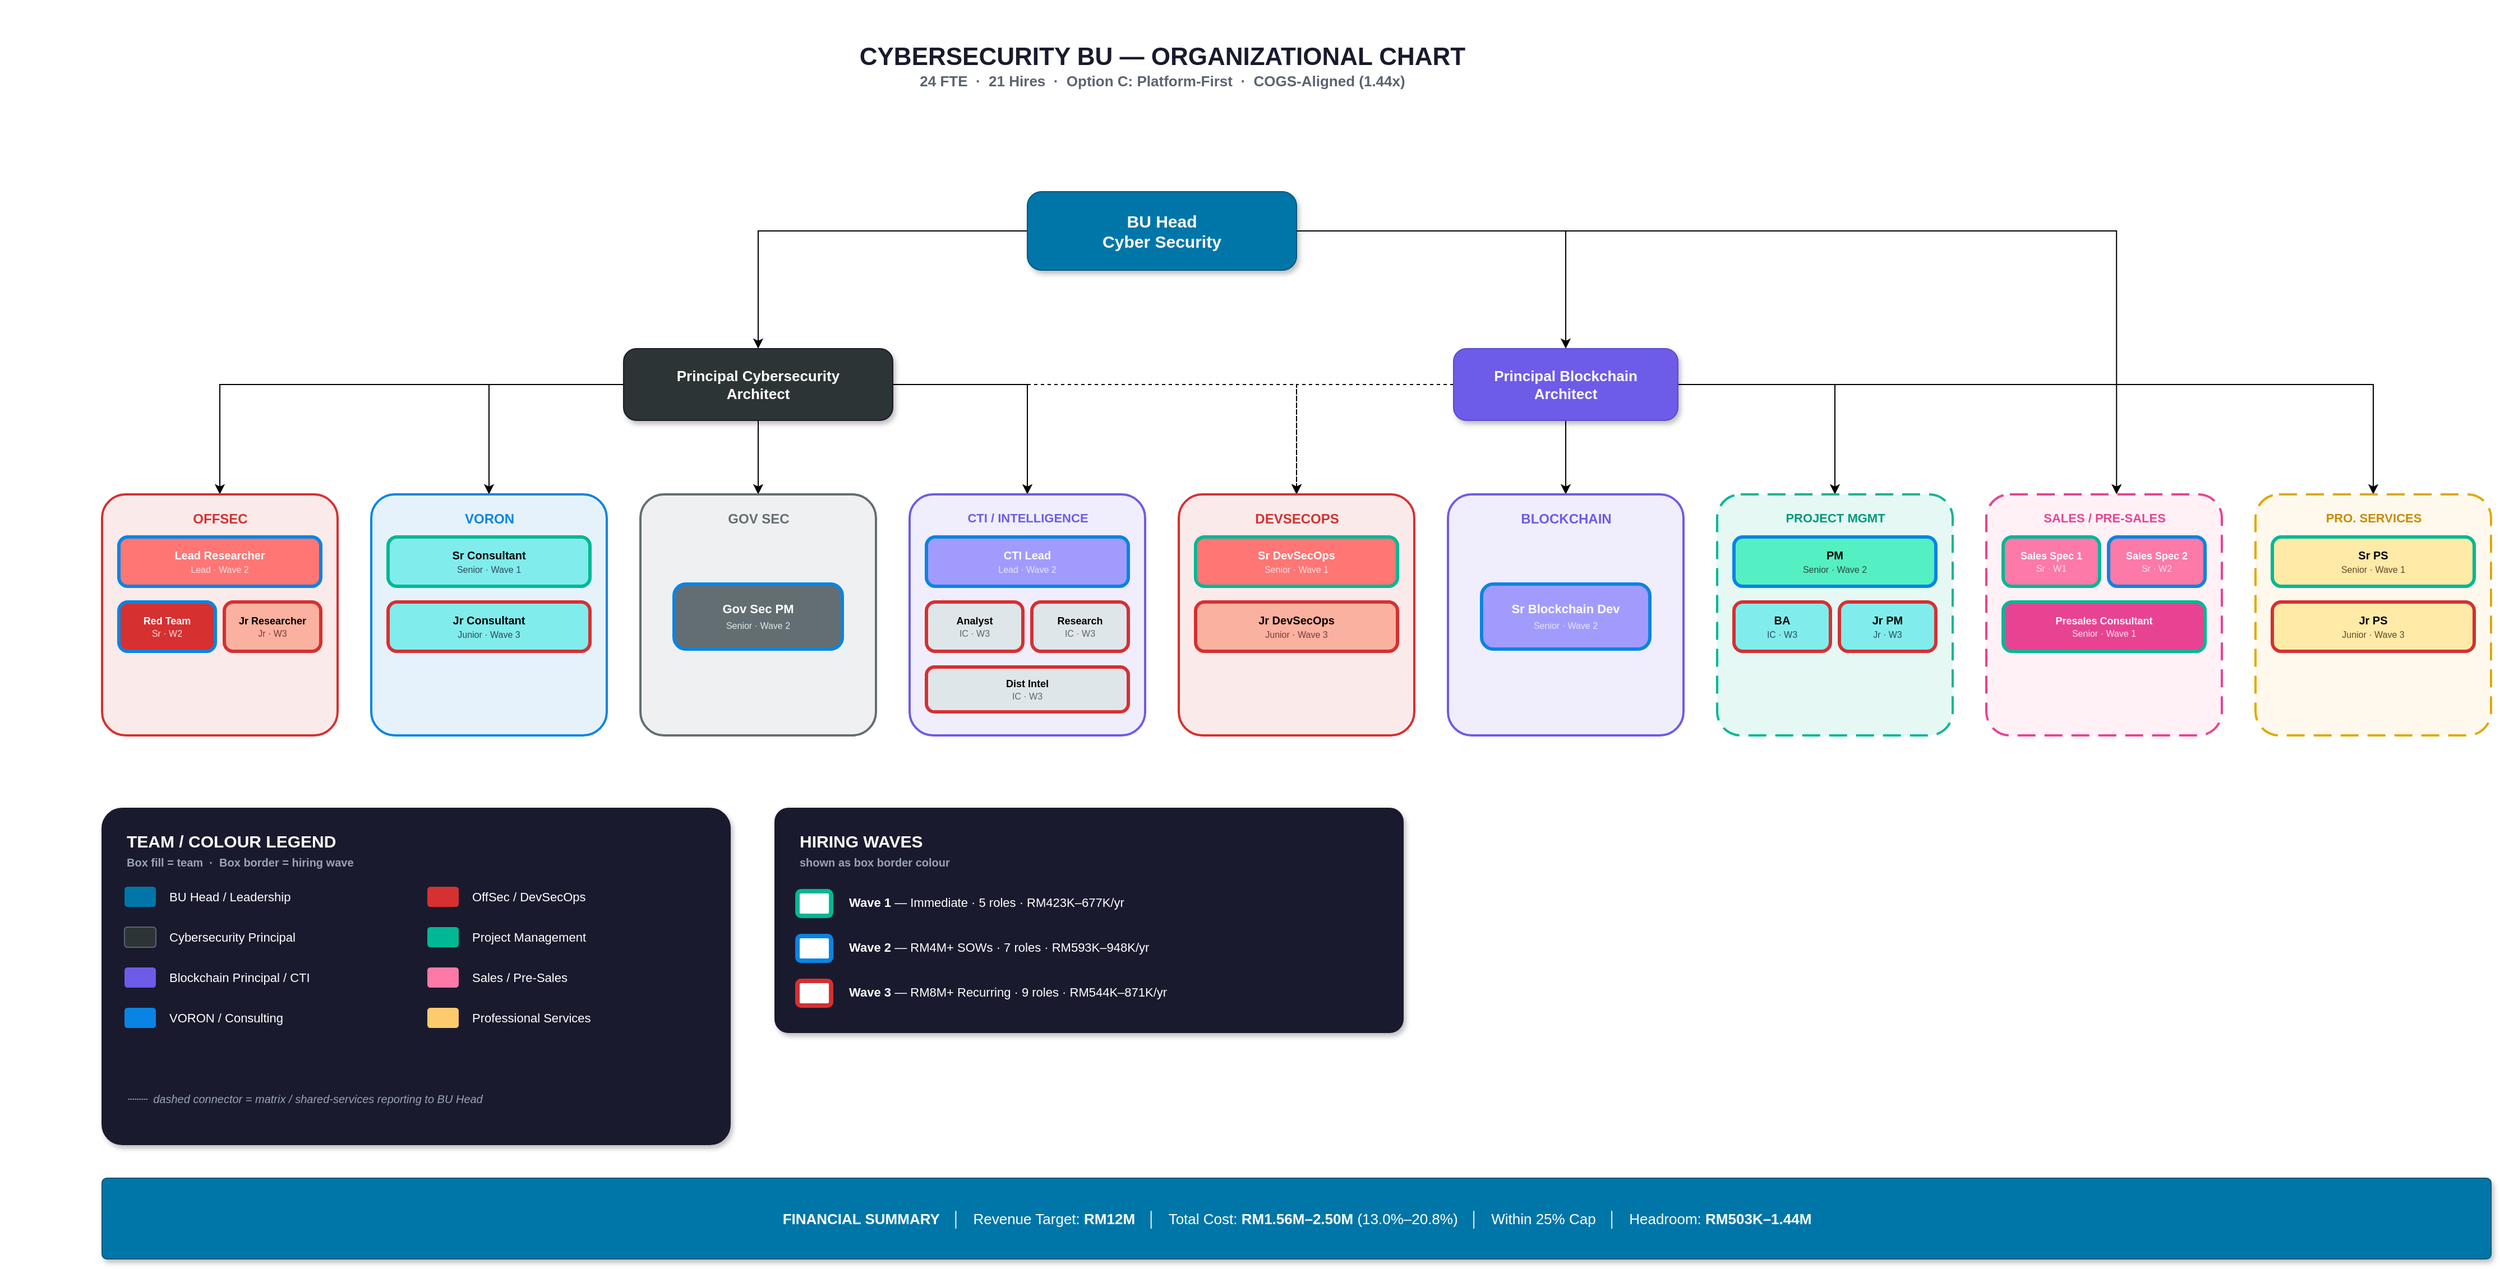
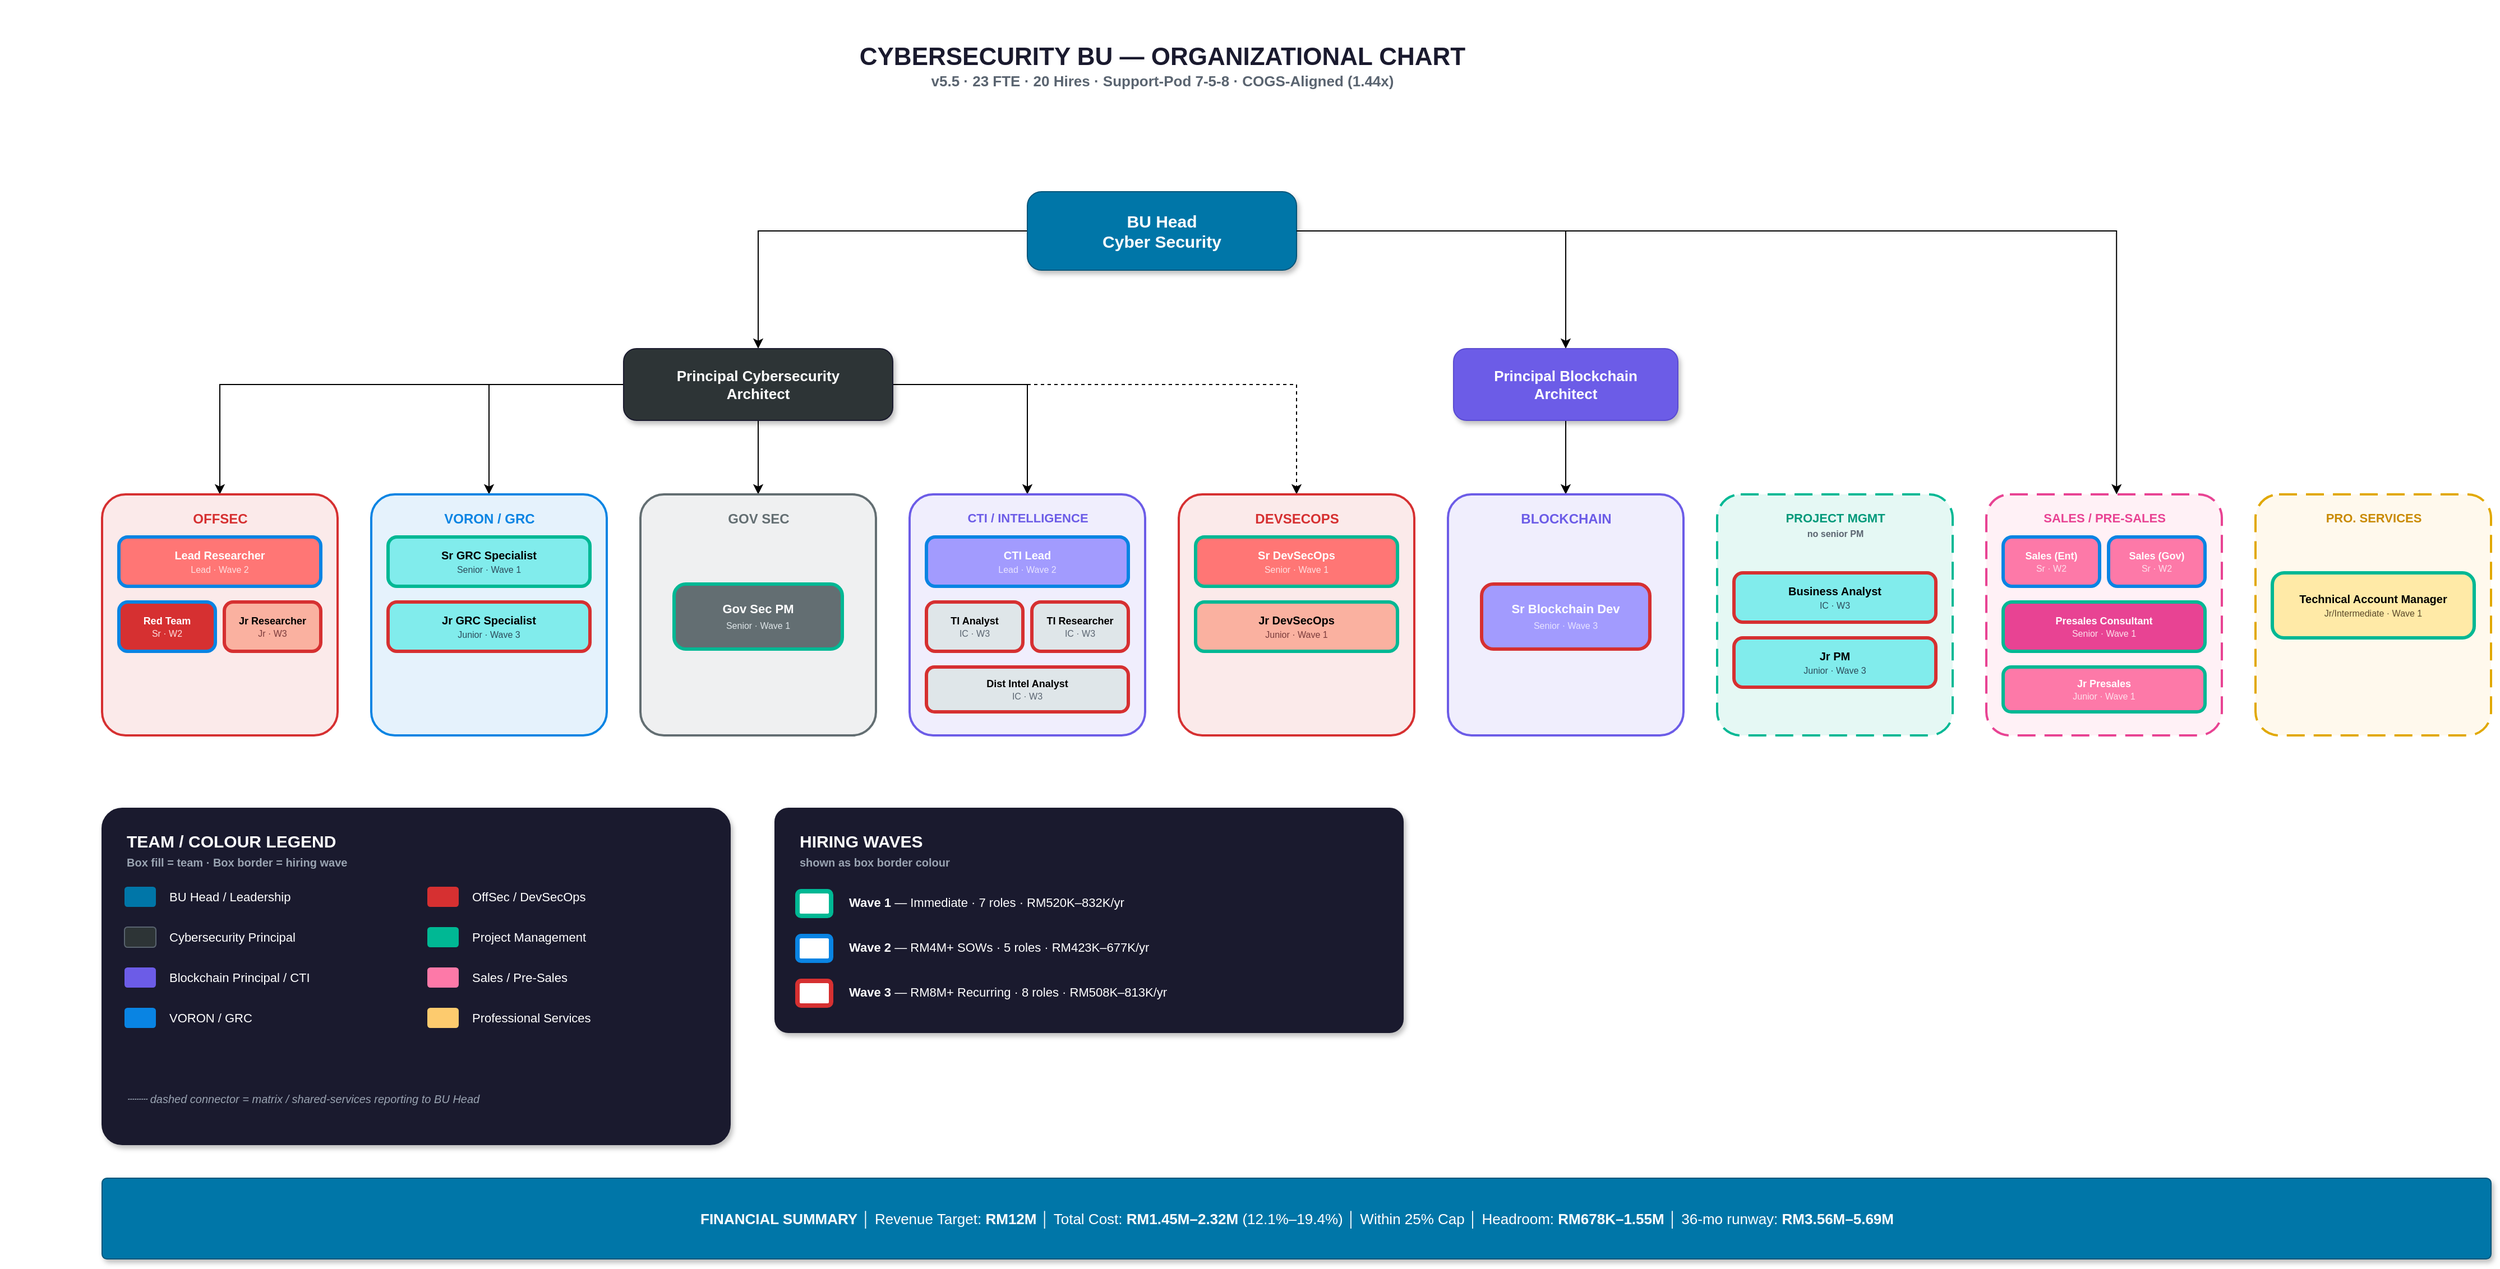
<mxfile host="app.diagrams.net" agent="5.0">
  <diagram id="CySec-BU-OrgChart" name="CySec BU Structure">
    <mxGraphModel dx="99905" dy="56303" grid="1" gridSize="10" guides="1" tooltips="1" connect="1" arrows="1" fold="1" page="1" pageScale="1" pageWidth="2350" pageHeight="1180" math="0" shadow="0">
      <root>
        <mxCell id="0" />
        <mxCell id="1" parent="0" />
-         <mxCell id="title" parent="1" style="text;html=1;align=center;verticalAlign=middle;resizable=0;points=[];strokeColor=none;fillColor=none;fontSize=14;fontStyle=1;fontColor=#1a1a2e;" value="&lt;b style=&quot;font-size:22px;&quot;&gt;CYBERSECURITY BU — ORGANIZATIONAL CHART&lt;/b&gt;&lt;br&gt;&lt;font style=&quot;font-size:13px;color:#5a6470;&quot;&gt;24 FTE  ·  21 Hires  ·  Option C: Platform-First  ·  COGS-Aligned (1.44x)&lt;/font&gt;" vertex="1">
+         <mxCell id="title" parent="1" style="text;html=1;align=center;verticalAlign=middle;resizable=0;points=[];strokeColor=none;fillColor=none;fontSize=14;fontStyle=1;fontColor=#1a1a2e;" value="&lt;b style=&quot;font-size:22px;&quot;&gt;CYBERSECURITY BU — ORGANIZATIONAL CHART&lt;/b&gt;&lt;br&gt;&lt;font style=&quot;font-size:13px;color:#5a6470;&quot;&gt;v5.5  ·  23 FTE  ·  20 Hires  ·  Support-Pod 7-5-8  ·  COGS-Aligned (1.44x)&lt;/font&gt;" vertex="1">
          <mxGeometry height="56" width="650" x="700" y="20" as="geometry" />
        </mxCell>
        <mxCell id="Z_cIRzkNHb6JCueCwrIl-6" edge="1" parent="1" source="bu_head" style="edgeStyle=orthogonalEdgeStyle;rounded=0;orthogonalLoop=1;jettySize=auto;html=1;" target="prin_cyber">
          <mxGeometry relative="1" as="geometry" />
        </mxCell>
        <mxCell id="Z_cIRzkNHb6JCueCwrIl-7" edge="1" parent="1" source="bu_head" style="edgeStyle=orthogonalEdgeStyle;rounded=0;orthogonalLoop=1;jettySize=auto;html=1;entryX=0.5;entryY=0;entryDx=0;entryDy=0;" target="prin_blockchain">
          <mxGeometry relative="1" as="geometry" />
        </mxCell>
        <mxCell id="bu_head" parent="1" style="rounded=1;whiteSpace=wrap;html=1;fillColor=#0076a8;fontColor=#ffffff;strokeColor=#00557a;fontSize=15;fontStyle=1;arcSize=18;shadow=1;" value="&lt;b&gt;BU Head&lt;/b&gt;&lt;br&gt;Cyber Security" vertex="1">
          <mxGeometry height="70" width="240" x="905" y="160" as="geometry" />
        </mxCell>
        <mxCell id="Z_cIRzkNHb6JCueCwrIl-3" edge="1" parent="1" source="prin_cyber" style="edgeStyle=orthogonalEdgeStyle;rounded=0;orthogonalLoop=1;jettySize=auto;html=1;exitX=0.5;exitY=1;exitDx=0;exitDy=0;entryX=0.5;entryY=0;entryDx=0;entryDy=0;" target="govsec_box">
          <mxGeometry relative="1" as="geometry" />
        </mxCell>
        <mxCell id="Z_cIRzkNHb6JCueCwrIl-4" edge="1" parent="1" source="prin_cyber" style="edgeStyle=orthogonalEdgeStyle;rounded=0;orthogonalLoop=1;jettySize=auto;html=1;entryX=0.5;entryY=0;entryDx=0;entryDy=0;dashed=1;" target="devsecops_box">
          <mxGeometry relative="1" as="geometry" />
        </mxCell>
        <mxCell id="Z_cIRzkNHb6JCueCwrIl-8" edge="1" parent="1" source="prin_cyber" style="edgeStyle=orthogonalEdgeStyle;rounded=0;orthogonalLoop=1;jettySize=auto;html=1;entryX=0.5;entryY=0;entryDx=0;entryDy=0;" target="cti_box">
          <mxGeometry relative="1" as="geometry" />
        </mxCell>
        <mxCell id="Z_cIRzkNHb6JCueCwrIl-9" edge="1" parent="1" source="prin_cyber" style="edgeStyle=orthogonalEdgeStyle;rounded=0;orthogonalLoop=1;jettySize=auto;html=1;entryX=0.5;entryY=0;entryDx=0;entryDy=0;" target="offsec_box">
          <mxGeometry relative="1" as="geometry" />
        </mxCell>
        <mxCell id="Z_cIRzkNHb6JCueCwrIl-10" edge="1" parent="1" source="prin_cyber" style="edgeStyle=orthogonalEdgeStyle;rounded=0;orthogonalLoop=1;jettySize=auto;html=1;entryX=0.5;entryY=0;entryDx=0;entryDy=0;" target="voron_box">
          <mxGeometry relative="1" as="geometry" />
        </mxCell>
        <mxCell id="prin_cyber" parent="1" style="rounded=1;whiteSpace=wrap;html=1;fillColor=#2d3436;fontColor=#ffffff;strokeColor=#1a1a2e;fontSize=13;fontStyle=1;arcSize=18;shadow=1;" value="&lt;b&gt;Principal Cybersecurity&lt;/b&gt;&lt;br&gt;Architect" vertex="1">
          <mxGeometry height="64" width="240" x="545" y="300" as="geometry" />
        </mxCell>
-         <mxCell id="Z_cIRzkNHb6JCueCwrIl-5" edge="1" parent="1" source="prin_blockchain" style="edgeStyle=orthogonalEdgeStyle;rounded=0;orthogonalLoop=1;jettySize=auto;html=1;entryX=0.5;entryY=0;entryDx=0;entryDy=0;dashed=1;" target="devsecops_box">
-           <mxGeometry relative="1" as="geometry" />
-         </mxCell>
        <mxCell id="Z_cIRzkNHb6JCueCwrIl-11" edge="1" parent="1" source="prin_blockchain" style="edgeStyle=orthogonalEdgeStyle;rounded=0;orthogonalLoop=1;jettySize=auto;html=1;entryX=0.5;entryY=0;entryDx=0;entryDy=0;" target="blockchain_box">
-           <mxGeometry relative="1" as="geometry" />
-         </mxCell>
-         <mxCell id="Z_cIRzkNHb6JCueCwrIl-12" edge="1" parent="1" source="prin_blockchain" style="edgeStyle=orthogonalEdgeStyle;rounded=0;orthogonalLoop=1;jettySize=auto;html=1;entryX=0.5;entryY=0;entryDx=0;entryDy=0;" target="pm_team_box">
-           <mxGeometry relative="1" as="geometry" />
-         </mxCell>
-         <mxCell id="Z_cIRzkNHb6JCueCwrIl-13" edge="1" parent="1" source="prin_blockchain" style="edgeStyle=orthogonalEdgeStyle;rounded=0;orthogonalLoop=1;jettySize=auto;html=1;entryX=0.5;entryY=0;entryDx=0;entryDy=0;" target="ps_team_box">
          <mxGeometry relative="1" as="geometry" />
        </mxCell>
        <mxCell id="prin_blockchain" parent="1" style="rounded=1;whiteSpace=wrap;html=1;fillColor=#6c5ce7;fontColor=#ffffff;strokeColor=#5a4bd1;fontSize=13;fontStyle=1;arcSize=18;shadow=1;" value="&lt;b&gt;Principal Blockchain&lt;/b&gt;&lt;br&gt;Architect" vertex="1">
          <mxGeometry height="64" width="200" x="1285" y="300" as="geometry" />
        </mxCell>
        <mxCell id="line_bu_prin1" edge="1" parent="1" source="bu_head" style="edgeStyle=orthogonalEdgeStyle;rounded=1;html=1;exitX=0.5;exitY=1;entryX=0.5;entryY=0;strokeColor=#0076a8;strokeWidth=2.5;endArrow=block;endFill=1;endSize=8;" target="prin_cyber" />
        <mxCell id="line_bu_prin2" edge="1" parent="1" source="bu_head" style="edgeStyle=orthogonalEdgeStyle;rounded=1;html=1;exitX=0.5;exitY=1;entryX=0.5;entryY=0;strokeColor=#0076a8;strokeWidth=2.5;endArrow=block;endFill=1;endSize=8;" target="prin_blockchain" />
        <mxCell id="offsec_box" parent="1" style="rounded=1;whiteSpace=wrap;html=1;fillColor=#d63031;fillOpacity=10;strokeColor=#d63031;strokeWidth=2;arcSize=10;" value="" vertex="1">
          <mxGeometry height="215" width="210" x="80" y="430" as="geometry" />
        </mxCell>
        <mxCell id="offsec_label" parent="1" style="text;html=1;align=center;verticalAlign=top;resizable=0;points=[];strokeColor=none;fillColor=none;fontSize=12;fontStyle=1;fontColor=#d63031;" value="&lt;b&gt;OFFSEC&lt;/b&gt;" vertex="1">
          <mxGeometry height="20" width="190" x="90" y="438" as="geometry" />
        </mxCell>
        <mxCell id="lead_researcher" parent="1" style="rounded=1;whiteSpace=wrap;html=1;fillColor=#ff7675;fontColor=#ffffff;strokeColor=#0984e3;strokeWidth=3;fontSize=10;arcSize=18;" value="&lt;b&gt;Lead Researcher&lt;/b&gt;&lt;br&gt;&lt;font style=&quot;font-size:8px;color:#fde0e0;&quot;&gt;Lead · Wave 2&lt;/font&gt;" vertex="1">
          <mxGeometry height="44" width="180" x="95" y="468" as="geometry" />
        </mxCell>
        <mxCell id="red_team" parent="1" style="rounded=1;whiteSpace=wrap;html=1;fillColor=#d63031;fontColor=#ffffff;strokeColor=#0984e3;strokeWidth=3;fontSize=9;arcSize=18;" value="&lt;b&gt;Red Team&lt;/b&gt;&lt;br&gt;&lt;font style=&quot;font-size:8px;color:#fde0e0;&quot;&gt;Sr · W2&lt;/font&gt;" vertex="1">
          <mxGeometry height="44" width="86" x="95" y="526" as="geometry" />
        </mxCell>
        <mxCell id="jr_researcher" parent="1" style="rounded=1;whiteSpace=wrap;html=1;fillColor=#fab1a0;fontColor=#000000;strokeColor=#d63031;strokeWidth=3;fontSize=9;arcSize=18;" value="&lt;b&gt;Jr Researcher&lt;/b&gt;&lt;br&gt;&lt;font style=&quot;font-size:8px;color:#7a3b3b;&quot;&gt;Jr · W3&lt;/font&gt;" vertex="1">
          <mxGeometry height="44" width="86" x="189" y="526" as="geometry" />
        </mxCell>
        <mxCell id="line_lr_rt" edge="1" parent="1" source="lead_researcher" style="edgeStyle=orthogonalEdgeStyle;rounded=1;html=1;exitX=0.5;exitY=1;entryX=0.5;entryY=0;strokeColor=#d63031;strokeWidth=1.5;endArrow=none;" target="red_team" />
        <mxCell id="line_lr_jr" edge="1" parent="1" source="lead_researcher" style="edgeStyle=orthogonalEdgeStyle;rounded=1;html=1;exitX=0.5;exitY=1;entryX=0.5;entryY=0;strokeColor=#d63031;strokeWidth=1.5;endArrow=none;" target="jr_researcher" />
        <mxCell id="voron_box" parent="1" style="rounded=1;whiteSpace=wrap;html=1;fillColor=#0984e3;fillOpacity=10;strokeColor=#0984e3;strokeWidth=2;arcSize=10;" value="" vertex="1">
          <mxGeometry height="215" width="210" x="320" y="430" as="geometry" />
        </mxCell>
-         <mxCell id="voron_label" parent="1" style="text;html=1;align=center;verticalAlign=top;resizable=0;points=[];strokeColor=none;fillColor=none;fontSize=12;fontStyle=1;fontColor=#0984e3;" value="&lt;b&gt;VORON&lt;/b&gt;" vertex="1">
+         <mxCell id="voron_label" parent="1" style="text;html=1;align=center;verticalAlign=top;resizable=0;points=[];strokeColor=none;fillColor=none;fontSize=12;fontStyle=1;fontColor=#0984e3;" value="&lt;b&gt;VORON / GRC&lt;/b&gt;" vertex="1">
          <mxGeometry height="20" width="190" x="330" y="438" as="geometry" />
        </mxCell>
-         <mxCell id="sr_consult" parent="1" style="rounded=1;whiteSpace=wrap;html=1;fillColor=#81ecec;fontColor=#000000;strokeColor=#00b894;strokeWidth=3;fontSize=10;arcSize=18;" value="&lt;b&gt;Sr Consultant&lt;/b&gt;&lt;br&gt;&lt;font style=&quot;font-size:8px;color:#2c4a5a;&quot;&gt;Senior · Wave 1&lt;/font&gt;" vertex="1">
+         <mxCell id="sr_consult" parent="1" style="rounded=1;whiteSpace=wrap;html=1;fillColor=#81ecec;fontColor=#000000;strokeColor=#00b894;strokeWidth=3;fontSize=10;arcSize=18;" value="&lt;b&gt;Sr GRC Specialist&lt;/b&gt;&lt;br&gt;&lt;font style=&quot;font-size:8px;color:#2c4a5a;&quot;&gt;Senior · Wave 1&lt;/font&gt;" vertex="1">
          <mxGeometry height="44" width="180" x="335" y="468" as="geometry" />
        </mxCell>
-         <mxCell id="jr_consult" parent="1" style="rounded=1;whiteSpace=wrap;html=1;fillColor=#81ecec;fontColor=#000000;strokeColor=#d63031;strokeWidth=3;fontSize=10;arcSize=18;" value="&lt;b&gt;Jr Consultant&lt;/b&gt;&lt;br&gt;&lt;font style=&quot;font-size:8px;color:#2c4a5a;&quot;&gt;Junior · Wave 3&lt;/font&gt;" vertex="1">
+         <mxCell id="jr_consult" parent="1" style="rounded=1;whiteSpace=wrap;html=1;fillColor=#81ecec;fontColor=#000000;strokeColor=#d63031;strokeWidth=3;fontSize=10;arcSize=18;" value="&lt;b&gt;Jr GRC Specialist&lt;/b&gt;&lt;br&gt;&lt;font style=&quot;font-size:8px;color:#2c4a5a;&quot;&gt;Junior · Wave 3&lt;/font&gt;" vertex="1">
          <mxGeometry height="44" width="180" x="335" y="526" as="geometry" />
        </mxCell>
        <mxCell id="line_src_jrc" edge="1" parent="1" source="sr_consult" style="edgeStyle=orthogonalEdgeStyle;rounded=1;html=1;exitX=0.5;exitY=1;entryX=0.5;entryY=0;strokeColor=#0984e3;strokeWidth=1.5;endArrow=none;" target="jr_consult" />
        <mxCell id="govsec_box" parent="1" style="rounded=1;whiteSpace=wrap;html=1;fillColor=#636e72;fillOpacity=10;strokeColor=#636e72;strokeWidth=2;arcSize=10;" value="" vertex="1">
          <mxGeometry height="215" width="210" x="560" y="430" as="geometry" />
        </mxCell>
        <mxCell id="govsec_label" parent="1" style="text;html=1;align=center;verticalAlign=top;resizable=0;points=[];strokeColor=none;fillColor=none;fontSize=12;fontStyle=1;fontColor=#636e72;" value="&lt;b&gt;GOV SEC&lt;/b&gt;" vertex="1">
          <mxGeometry height="20" width="190" x="570" y="438" as="geometry" />
        </mxCell>
-         <mxCell id="govsec_pm" parent="1" style="rounded=1;whiteSpace=wrap;html=1;fillColor=#636e72;fontColor=#ffffff;strokeColor=#0984e3;strokeWidth=3;fontSize=11;arcSize=18;" value="&lt;b&gt;Gov Sec PM&lt;/b&gt;&lt;br&gt;&lt;font style=&quot;font-size:8px;color:#dfe6e9;&quot;&gt;Senior · Wave 2&lt;/font&gt;" vertex="1">
+         <mxCell id="govsec_pm" parent="1" style="rounded=1;whiteSpace=wrap;html=1;fillColor=#636e72;fontColor=#ffffff;strokeColor=#00b894;strokeWidth=3;fontSize=11;arcSize=18;" value="&lt;b&gt;Gov Sec PM&lt;/b&gt;&lt;br&gt;&lt;font style=&quot;font-size:8px;color:#dfe6e9;&quot;&gt;Senior · Wave 1&lt;/font&gt;" vertex="1">
          <mxGeometry height="58" width="150" x="590" y="510" as="geometry" />
        </mxCell>
        <mxCell id="cti_box" parent="1" style="rounded=1;whiteSpace=wrap;html=1;fillColor=#6c5ce7;fillOpacity=10;strokeColor=#6c5ce7;strokeWidth=2;arcSize=10;" value="" vertex="1">
          <mxGeometry height="215" width="210" x="800" y="430" as="geometry" />
        </mxCell>
        <mxCell id="cti_label" parent="1" style="text;html=1;align=center;verticalAlign=top;resizable=0;points=[];strokeColor=none;fillColor=none;fontSize=11;fontStyle=1;fontColor=#6c5ce7;" value="&lt;b&gt;CTI / INTELLIGENCE&lt;/b&gt;" vertex="1">
          <mxGeometry height="20" width="200" x="805" y="438" as="geometry" />
        </mxCell>
        <mxCell id="cti_lead" parent="1" style="rounded=1;whiteSpace=wrap;html=1;fillColor=#a29bfe;fontColor=#ffffff;strokeColor=#0984e3;strokeWidth=3;fontSize=10;arcSize=18;" value="&lt;b&gt;CTI Lead&lt;/b&gt;&lt;br&gt;&lt;font style=&quot;font-size:8px;color:#e8e4ff;&quot;&gt;Lead · Wave 2&lt;/font&gt;" vertex="1">
          <mxGeometry height="44" width="180" x="815" y="468" as="geometry" />
        </mxCell>
-         <mxCell id="cti_analyst" parent="1" style="rounded=1;whiteSpace=wrap;html=1;fillColor=#dfe6e9;fontColor=#000000;strokeColor=#d63031;strokeWidth=3;fontSize=9;arcSize=18;" value="&lt;b&gt;Analyst&lt;/b&gt;&lt;br&gt;&lt;font style=&quot;font-size:8px;color:#5a6470;&quot;&gt;IC · W3&lt;/font&gt;" vertex="1">
+         <mxCell id="cti_analyst" parent="1" style="rounded=1;whiteSpace=wrap;html=1;fillColor=#dfe6e9;fontColor=#000000;strokeColor=#d63031;strokeWidth=3;fontSize=9;arcSize=18;" value="&lt;b&gt;TI Analyst&lt;/b&gt;&lt;br&gt;&lt;font style=&quot;font-size:8px;color:#5a6470;&quot;&gt;IC · W3&lt;/font&gt;" vertex="1">
          <mxGeometry height="44" width="86" x="815" y="526" as="geometry" />
        </mxCell>
-         <mxCell id="cti_research" parent="1" style="rounded=1;whiteSpace=wrap;html=1;fillColor=#dfe6e9;fontColor=#000000;strokeColor=#d63031;strokeWidth=3;fontSize=9;arcSize=18;" value="&lt;b&gt;Research&lt;/b&gt;&lt;br&gt;&lt;font style=&quot;font-size:8px;color:#5a6470;&quot;&gt;IC · W3&lt;/font&gt;" vertex="1">
+         <mxCell id="cti_research" parent="1" style="rounded=1;whiteSpace=wrap;html=1;fillColor=#dfe6e9;fontColor=#000000;strokeColor=#d63031;strokeWidth=3;fontSize=9;arcSize=18;" value="&lt;b&gt;TI Researcher&lt;/b&gt;&lt;br&gt;&lt;font style=&quot;font-size:8px;color:#5a6470;&quot;&gt;IC · W3&lt;/font&gt;" vertex="1">
          <mxGeometry height="44" width="86" x="909" y="526" as="geometry" />
        </mxCell>
-         <mxCell id="cti_dist_intel" parent="1" style="rounded=1;whiteSpace=wrap;html=1;fillColor=#dfe6e9;fontColor=#000000;strokeColor=#d63031;strokeWidth=3;fontSize=9;arcSize=18;" value="&lt;b&gt;Dist Intel&lt;/b&gt;&lt;br&gt;&lt;font style=&quot;font-size:8px;color:#5a6470;&quot;&gt;IC · W3&lt;/font&gt;" vertex="1">
+         <mxCell id="cti_dist_intel" parent="1" style="rounded=1;whiteSpace=wrap;html=1;fillColor=#dfe6e9;fontColor=#000000;strokeColor=#d63031;strokeWidth=3;fontSize=9;arcSize=18;" value="&lt;b&gt;Dist Intel Analyst&lt;/b&gt;&lt;br&gt;&lt;font style=&quot;font-size:8px;color:#5a6470;&quot;&gt;IC · W3&lt;/font&gt;" vertex="1">
          <mxGeometry height="40" width="180" x="815" y="584" as="geometry" />
        </mxCell>
        <mxCell id="line_ctil_an" edge="1" parent="1" source="cti_lead" style="edgeStyle=orthogonalEdgeStyle;rounded=1;html=1;exitX=0.5;exitY=1;entryX=0.5;entryY=0;strokeColor=#6c5ce7;strokeWidth=1.5;endArrow=none;" target="cti_analyst" />
        <mxCell id="line_ctil_re" edge="1" parent="1" source="cti_lead" style="edgeStyle=orthogonalEdgeStyle;rounded=1;html=1;exitX=0.5;exitY=1;entryX=0.5;entryY=0;strokeColor=#6c5ce7;strokeWidth=1.5;endArrow=none;" target="cti_research" />
        <mxCell id="line_ctil_di" edge="1" parent="1" source="cti_lead" style="edgeStyle=orthogonalEdgeStyle;rounded=1;html=1;exitX=0.5;exitY=1;entryX=0.25;entryY=0;strokeColor=#6c5ce7;strokeWidth=1.5;endArrow=none;" target="cti_dist_intel" />
        <mxCell id="devsecops_box" parent="1" style="rounded=1;whiteSpace=wrap;html=1;fillColor=#d63031;fillOpacity=10;strokeColor=#d63031;strokeWidth=2;arcSize=10;" value="" vertex="1">
          <mxGeometry height="215" width="210" x="1040" y="430" as="geometry" />
        </mxCell>
        <mxCell id="devsecops_label" parent="1" style="text;html=1;align=center;verticalAlign=top;resizable=0;points=[];strokeColor=none;fillColor=none;fontSize=12;fontStyle=1;fontColor=#d63031;" value="&lt;b&gt;DEVSECOPS&lt;/b&gt;" vertex="1">
          <mxGeometry height="20" width="190" x="1050" y="438" as="geometry" />
        </mxCell>
        <mxCell id="devsecops_sr" parent="1" style="rounded=1;whiteSpace=wrap;html=1;fillColor=#ff7675;fontColor=#ffffff;strokeColor=#00b894;strokeWidth=3;fontSize=10;arcSize=18;" value="&lt;b&gt;Sr DevSecOps&lt;/b&gt;&lt;br&gt;&lt;font style=&quot;font-size:8px;color:#fde0e0;&quot;&gt;Senior · Wave 1&lt;/font&gt;" vertex="1">
          <mxGeometry height="44" width="180" x="1055" y="468" as="geometry" />
        </mxCell>
-         <mxCell id="devsecops_jr" parent="1" style="rounded=1;whiteSpace=wrap;html=1;fillColor=#fab1a0;fontColor=#000000;strokeColor=#d63031;strokeWidth=3;fontSize=10;arcSize=18;" value="&lt;b&gt;Jr DevSecOps&lt;/b&gt;&lt;br&gt;&lt;font style=&quot;font-size:8px;color:#7a3b3b;&quot;&gt;Junior · Wave 3&lt;/font&gt;" vertex="1">
+         <mxCell id="devsecops_jr" parent="1" style="rounded=1;whiteSpace=wrap;html=1;fillColor=#fab1a0;fontColor=#000000;strokeColor=#00b894;strokeWidth=3;fontSize=10;arcSize=18;" value="&lt;b&gt;Jr DevSecOps&lt;/b&gt;&lt;br&gt;&lt;font style=&quot;font-size:8px;color:#7a3b3b;&quot;&gt;Junior · Wave 1&lt;/font&gt;" vertex="1">
          <mxGeometry height="44" width="180" x="1055" y="526" as="geometry" />
        </mxCell>
-         <mxCell id="line_dso_sr_jr" edge="1" parent="1" source="devsecops_sr" style="edgeStyle=orthogonalEdgeStyle;rounded=1;html=1;exitX=0.5;exitY=1;entryX=0.5;entryY=0;strokeColor=#d63031;strokeWidth=1.5;endArrow=none;" target="devsecops_jr" />
+         <mxCell id="line_dso_sr_jr" edge="1" parent="1" source="devsecops_sr" style="edgeStyle=orthogonalEdgeStyle;rounded=1;html=1;exitX=0.5;exitY=1;entryX=0.5;entryY=0;strokeColor=#00b894;strokeWidth=1.5;endArrow=none;" target="devsecops_jr" />
        <mxCell id="blockchain_box" parent="1" style="rounded=1;whiteSpace=wrap;html=1;fillColor=#6c5ce7;fillOpacity=10;strokeColor=#6c5ce7;strokeWidth=2;arcSize=10;" value="" vertex="1">
          <mxGeometry height="215" width="210" x="1280" y="430" as="geometry" />
        </mxCell>
        <mxCell id="blockchain_label" parent="1" style="text;html=1;align=center;verticalAlign=top;resizable=0;points=[];strokeColor=none;fillColor=none;fontSize=12;fontStyle=1;fontColor=#6c5ce7;" value="&lt;b&gt;BLOCKCHAIN&lt;/b&gt;" vertex="1">
          <mxGeometry height="20" width="190" x="1290" y="438" as="geometry" />
        </mxCell>
-         <mxCell id="sr_dev" parent="1" style="rounded=1;whiteSpace=wrap;html=1;fillColor=#a29bfe;fontColor=#ffffff;strokeColor=#0984e3;strokeWidth=3;fontSize=11;arcSize=18;" value="&lt;b&gt;Sr Blockchain Dev&lt;/b&gt;&lt;br&gt;&lt;font style=&quot;font-size:8px;color:#e8e4ff;&quot;&gt;Senior · Wave 2&lt;/font&gt;" vertex="1">
+         <mxCell id="sr_dev" parent="1" style="rounded=1;whiteSpace=wrap;html=1;fillColor=#a29bfe;fontColor=#ffffff;strokeColor=#d63031;strokeWidth=3;fontSize=11;arcSize=18;" value="&lt;b&gt;Sr Blockchain Dev&lt;/b&gt;&lt;br&gt;&lt;font style=&quot;font-size:8px;color:#e8e4ff;&quot;&gt;Senior · Wave 3&lt;/font&gt;" vertex="1">
          <mxGeometry height="58" width="150" x="1310" y="510" as="geometry" />
        </mxCell>
        <mxCell id="pm_team_box" parent="1" style="rounded=1;whiteSpace=wrap;html=1;fillColor=#00b894;fillOpacity=10;strokeColor=#00b894;strokeWidth=2;arcSize=10;dashed=1;dashPattern=8 4;" value="" vertex="1">
          <mxGeometry height="215" width="210" x="1520" y="430" as="geometry" />
        </mxCell>
-         <mxCell id="pm_team_label" parent="1" style="text;html=1;align=center;verticalAlign=top;resizable=0;points=[];strokeColor=none;fillColor=none;fontSize=11;fontStyle=1;fontColor=#00997a;" value="&lt;b&gt;PROJECT MGMT&lt;/b&gt;" vertex="1">
-           <mxGeometry height="20" width="200" x="1525" y="438" as="geometry" />
-         </mxCell>
-         <mxCell id="pm" parent="1" style="rounded=1;whiteSpace=wrap;html=1;fillColor=#55efc4;fontColor=#000000;strokeColor=#0984e3;strokeWidth=3;fontSize=10;arcSize=18;" value="&lt;b&gt;PM&lt;/b&gt;&lt;br&gt;&lt;font style=&quot;font-size:8px;color:#2c4a3a;&quot;&gt;Senior · Wave 2&lt;/font&gt;" vertex="1">
-           <mxGeometry height="44" width="180" x="1535" y="468" as="geometry" />
-         </mxCell>
-         <mxCell id="ba" parent="1" style="rounded=1;whiteSpace=wrap;html=1;fillColor=#81ecec;fontColor=#000000;strokeColor=#d63031;strokeWidth=3;fontSize=10;arcSize=18;" value="&lt;b&gt;BA&lt;/b&gt;&lt;br&gt;&lt;font style=&quot;font-size:8px;color:#2c4a5a;&quot;&gt;IC · W3&lt;/font&gt;" vertex="1">
-           <mxGeometry height="44" width="86" x="1535" y="526" as="geometry" />
-         </mxCell>
-         <mxCell id="jr_pm" parent="1" style="rounded=1;whiteSpace=wrap;html=1;fillColor=#81ecec;fontColor=#000000;strokeColor=#d63031;strokeWidth=3;fontSize=10;arcSize=18;" value="&lt;b&gt;Jr PM&lt;/b&gt;&lt;br&gt;&lt;font style=&quot;font-size:8px;color:#2c4a5a;&quot;&gt;Jr · W3&lt;/font&gt;" vertex="1">
-           <mxGeometry height="44" width="86" x="1629" y="526" as="geometry" />
-         </mxCell>
-         <mxCell id="line_pm_ba" edge="1" parent="1" source="pm" style="edgeStyle=orthogonalEdgeStyle;rounded=1;html=1;exitX=0.5;exitY=1;entryX=0.5;entryY=0;strokeColor=#00b894;strokeWidth=1.5;endArrow=none;" target="ba" />
-         <mxCell id="line_pm_jrpm" edge="1" parent="1" source="pm" style="edgeStyle=orthogonalEdgeStyle;rounded=1;html=1;exitX=0.5;exitY=1;entryX=0.5;entryY=0;strokeColor=#00b894;strokeWidth=1.5;endArrow=none;" target="jr_pm" />
+         <mxCell id="pm_team_label" parent="1" style="text;html=1;align=center;verticalAlign=top;resizable=0;points=[];strokeColor=none;fillColor=none;fontSize=11;fontStyle=1;fontColor=#00997a;" value="&lt;b&gt;PROJECT MGMT&lt;/b&gt;&lt;br&gt;&lt;font style=&quot;font-size:8px;color:#5a6470;&quot;&gt;no senior PM&lt;/font&gt;" vertex="1">
+           <mxGeometry height="30" width="200" x="1525" y="438" as="geometry" />
+         </mxCell>
+         <mxCell id="ba" parent="1" style="rounded=1;whiteSpace=wrap;html=1;fillColor=#81ecec;fontColor=#000000;strokeColor=#d63031;strokeWidth=3;fontSize=10;arcSize=18;" value="&lt;b&gt;Business Analyst&lt;/b&gt;&lt;br&gt;&lt;font style=&quot;font-size:8px;color:#2c4a5a;&quot;&gt;IC · W3&lt;/font&gt;" vertex="1">
+           <mxGeometry height="44" width="180" x="1535" y="500" as="geometry" />
+         </mxCell>
+         <mxCell id="jr_pm" parent="1" style="rounded=1;whiteSpace=wrap;html=1;fillColor=#81ecec;fontColor=#000000;strokeColor=#d63031;strokeWidth=3;fontSize=10;arcSize=18;" value="&lt;b&gt;Jr PM&lt;/b&gt;&lt;br&gt;&lt;font style=&quot;font-size:8px;color:#2c4a5a;&quot;&gt;Junior · Wave 3&lt;/font&gt;" vertex="1">
+           <mxGeometry height="44" width="180" x="1535" y="558" as="geometry" />
+         </mxCell>
        <mxCell id="sales_box" parent="1" style="rounded=1;whiteSpace=wrap;html=1;fillColor=#fd79a8;fillOpacity=10;strokeColor=#e84393;strokeWidth=2;arcSize=10;dashed=1;dashPattern=8 4;" value="" vertex="1">
          <mxGeometry height="215" width="210" x="1760" y="430" as="geometry" />
        </mxCell>
        <mxCell id="sales_label" parent="1" style="text;html=1;align=center;verticalAlign=top;resizable=0;points=[];strokeColor=none;fillColor=none;fontSize=11;fontStyle=1;fontColor=#e84393;" value="&lt;b&gt;SALES / PRE-SALES&lt;/b&gt;" vertex="1">
          <mxGeometry height="20" width="200" x="1765" y="438" as="geometry" />
        </mxCell>
-         <mxCell id="sales_spec1" parent="1" style="rounded=1;whiteSpace=wrap;html=1;fillColor=#fd79a8;fontColor=#ffffff;strokeColor=#00b894;strokeWidth=3;fontSize=9;arcSize=18;" value="&lt;b&gt;Sales Spec 1&lt;/b&gt;&lt;br&gt;&lt;font style=&quot;font-size:8px;color:#fde0ec;&quot;&gt;Sr · W1&lt;/font&gt;" vertex="1">
+         <mxCell id="sales_spec1" parent="1" style="rounded=1;whiteSpace=wrap;html=1;fillColor=#fd79a8;fontColor=#ffffff;strokeColor=#0984e3;strokeWidth=3;fontSize=9;arcSize=18;" value="&lt;b&gt;Sales (Ent)&lt;/b&gt;&lt;br&gt;&lt;font style=&quot;font-size:8px;color:#fde0ec;&quot;&gt;Sr · W2&lt;/font&gt;" vertex="1">
          <mxGeometry height="44" width="86" x="1775" y="468" as="geometry" />
        </mxCell>
-         <mxCell id="sales_spec2" parent="1" style="rounded=1;whiteSpace=wrap;html=1;fillColor=#fd79a8;fontColor=#ffffff;strokeColor=#0984e3;strokeWidth=3;fontSize=9;arcSize=18;" value="&lt;b&gt;Sales Spec 2&lt;/b&gt;&lt;br&gt;&lt;font style=&quot;font-size:8px;color:#fde0ec;&quot;&gt;Sr · W2&lt;/font&gt;" vertex="1">
+         <mxCell id="sales_spec2" parent="1" style="rounded=1;whiteSpace=wrap;html=1;fillColor=#fd79a8;fontColor=#ffffff;strokeColor=#0984e3;strokeWidth=3;fontSize=9;arcSize=18;" value="&lt;b&gt;Sales (Gov)&lt;/b&gt;&lt;br&gt;&lt;font style=&quot;font-size:8px;color:#fde0ec;&quot;&gt;Sr · W2&lt;/font&gt;" vertex="1">
          <mxGeometry height="44" width="86" x="1869" y="468" as="geometry" />
        </mxCell>
        <mxCell id="presales_consult" parent="1" style="rounded=1;whiteSpace=wrap;html=1;fillColor=#e84393;fontColor=#ffffff;strokeColor=#00b894;strokeWidth=3;fontSize=9;arcSize=18;" value="&lt;b&gt;Presales Consultant&lt;/b&gt;&lt;br&gt;&lt;font style=&quot;font-size:8px;color:#fde0ec;&quot;&gt;Senior · Wave 1&lt;/font&gt;" vertex="1">
          <mxGeometry height="44" width="180" x="1775" y="526" as="geometry" />
        </mxCell>
+         <mxCell id="jr_presales" parent="1" style="rounded=1;whiteSpace=wrap;html=1;fillColor=#fd79a8;fontColor=#ffffff;strokeColor=#00b894;strokeWidth=3;fontSize=9;arcSize=18;" value="&lt;b&gt;Jr Presales&lt;/b&gt;&lt;br&gt;&lt;font style=&quot;font-size:8px;color:#fde0ec;&quot;&gt;Junior · Wave 1&lt;/font&gt;" vertex="1">
+           <mxGeometry height="40" width="180" x="1775" y="584" as="geometry" />
+         </mxCell>
+         <mxCell id="line_pc_jrpresales" edge="1" parent="1" source="presales_consult" style="edgeStyle=orthogonalEdgeStyle;rounded=1;html=1;exitX=0.5;exitY=1;entryX=0.5;entryY=0;strokeColor=#e84393;strokeWidth=1.5;endArrow=none;" target="jr_presales" />
        <mxCell id="ps_team_box" parent="1" style="rounded=1;whiteSpace=wrap;html=1;fillColor=#fdcb6e;fillOpacity=12;strokeColor=#e1a800;strokeWidth=2;arcSize=10;dashed=1;dashPattern=8 4;" value="" vertex="1">
          <mxGeometry height="215" width="210" x="2000" y="430" as="geometry" />
        </mxCell>
        <mxCell id="ps_team_label" parent="1" style="text;html=1;align=center;verticalAlign=top;resizable=0;points=[];strokeColor=none;fillColor=none;fontSize=11;fontStyle=1;fontColor=#c98a00;" value="&lt;b&gt;PRO. SERVICES&lt;/b&gt;" vertex="1">
          <mxGeometry height="20" width="200" x="2005" y="438" as="geometry" />
        </mxCell>
-         <mxCell id="sr_ps" parent="1" style="rounded=1;whiteSpace=wrap;html=1;fillColor=#ffeaa7;fontColor=#000000;strokeColor=#00b894;strokeWidth=3;fontSize=10;arcSize=18;" value="&lt;b&gt;Sr PS&lt;/b&gt;&lt;br&gt;&lt;font style=&quot;font-size:8px;color:#5a4a2a;&quot;&gt;Senior · Wave 1&lt;/font&gt;" vertex="1">
-           <mxGeometry height="44" width="180" x="2015" y="468" as="geometry" />
-         </mxCell>
-         <mxCell id="jr_ps" parent="1" style="rounded=1;whiteSpace=wrap;html=1;fillColor=#ffeaa7;fontColor=#000000;strokeColor=#d63031;strokeWidth=3;fontSize=10;arcSize=18;" value="&lt;b&gt;Jr PS&lt;/b&gt;&lt;br&gt;&lt;font style=&quot;font-size:8px;color:#5a4a2a;&quot;&gt;Junior · Wave 3&lt;/font&gt;" vertex="1">
-           <mxGeometry height="44" width="180" x="2015" y="526" as="geometry" />
-         </mxCell>
-         <mxCell id="line_ps_sr_jr" edge="1" parent="1" source="sr_ps" style="edgeStyle=orthogonalEdgeStyle;rounded=1;html=1;exitX=0.5;exitY=1;entryX=0.5;entryY=0;strokeColor=#e1a800;strokeWidth=1.5;endArrow=none;" target="jr_ps" />
+         <mxCell id="sr_ps" parent="1" style="rounded=1;whiteSpace=wrap;html=1;fillColor=#ffeaa7;fontColor=#000000;strokeColor=#00b894;strokeWidth=3;fontSize=10;arcSize=18;" value="&lt;b&gt;Technical Account Manager&lt;/b&gt;&lt;br&gt;&lt;font style=&quot;font-size:8px;color:#5a4a2a;&quot;&gt;Jr/Intermediate · Wave 1&lt;/font&gt;" vertex="1">
+           <mxGeometry height="58" width="180" x="2015" y="500" as="geometry" />
+         </mxCell>
        <mxCell id="line_pc_offsec" edge="1" parent="1" source="prin_cyber" style="edgeStyle=orthogonalEdgeStyle;rounded=1;html=1;exitX=0.5;exitY=1;entryX=0.5;entryY=0;strokeColor=#2d3436;strokeWidth=2;endArrow=block;endFill=1;endSize=7;" target="offsec_box" />
        <mxCell id="line_pc_voron" edge="1" parent="1" source="prin_cyber" style="edgeStyle=orthogonalEdgeStyle;rounded=1;html=1;exitX=0.5;exitY=1;entryX=0.5;entryY=0;strokeColor=#2d3436;strokeWidth=2;endArrow=block;endFill=1;endSize=7;" target="voron_box" />
        <mxCell id="line_pc_govsec" edge="1" parent="1" source="prin_cyber" style="edgeStyle=orthogonalEdgeStyle;rounded=1;html=1;exitX=0.5;exitY=1;entryX=0.5;entryY=0;strokeColor=#2d3436;strokeWidth=2;endArrow=block;endFill=1;endSize=7;" target="govsec_box" />
        <mxCell id="line_pc_cti" edge="1" parent="1" source="prin_cyber" style="edgeStyle=orthogonalEdgeStyle;rounded=1;html=1;exitX=0.5;exitY=1;entryX=0.5;entryY=0;strokeColor=#2d3436;strokeWidth=2;endArrow=block;endFill=1;endSize=7;" target="cti_box" />
        <mxCell id="line_pc_devsecops" edge="1" parent="1" source="prin_cyber" style="edgeStyle=orthogonalEdgeStyle;rounded=1;html=1;exitX=0.5;exitY=1;entryX=0.5;entryY=0;strokeColor=#2d3436;strokeWidth=2;endArrow=block;endFill=1;endSize=7;" target="devsecops_box" />
        <mxCell id="line_pb_bc" edge="1" parent="1" source="prin_blockchain" style="edgeStyle=orthogonalEdgeStyle;rounded=1;html=1;exitX=0.5;exitY=1;entryX=0.5;entryY=0;strokeColor=#6c5ce7;strokeWidth=2;endArrow=block;endFill=1;endSize=7;" target="blockchain_box" />
        <mxCell id="line_bu_pm" edge="1" parent="1" source="bu_head" style="edgeStyle=orthogonalEdgeStyle;rounded=1;html=1;exitX=1;exitY=0.35;entryX=0.5;entryY=0;strokeColor=#0076a8;strokeWidth=2;dashed=1;dashPattern=6 4;endArrow=open;endSize=8;" target="pm_team_box" />
        <mxCell id="line_bu_sales" edge="1" parent="1" source="bu_head" style="edgeStyle=orthogonalEdgeStyle;rounded=1;html=1;exitX=1;exitY=0.5;entryX=0.5;entryY=0;strokeColor=#0076a8;strokeWidth=2;dashed=1;dashPattern=6 4;endArrow=open;endSize=8;" target="sales_box" />
        <mxCell id="line_bu_ps" edge="1" parent="1" source="bu_head" style="edgeStyle=orthogonalEdgeStyle;rounded=1;html=1;exitX=1;exitY=0.65;entryX=0.5;entryY=0;strokeColor=#0076a8;strokeWidth=2;dashed=1;dashPattern=6 4;endArrow=open;endSize=8;" target="ps_team_box" />
        <mxCell id="legend_box" parent="1" style="rounded=1;whiteSpace=wrap;html=1;fillColor=#1a1a2e;strokeColor=#1a1a2e;arcSize=6;shadow=1;" value="" vertex="1">
          <mxGeometry height="300" width="560" x="80" y="710" as="geometry" />
        </mxCell>
-         <mxCell id="legend_title" parent="1" style="text;html=1;align=left;verticalAlign=top;resizable=0;points=[];strokeColor=none;fillColor=none;fontSize=14;fontStyle=1;fontColor=#ffffff;" value="&lt;b style=&quot;color:#ffffff;font-size:15px;&quot;&gt;TEAM / COLOUR LEGEND&lt;/b&gt;&lt;br&gt;&lt;font style=&quot;color:#9aa4b2;font-size:10px;&quot;&gt;Box fill = team  ·  Box border = hiring wave&lt;/font&gt;" vertex="1">
+         <mxCell id="legend_title" parent="1" style="text;html=1;align=left;verticalAlign=top;resizable=0;points=[];strokeColor=none;fillColor=none;fontSize=14;fontStyle=1;fontColor=#ffffff;" value="&lt;b style=&quot;color:#ffffff;font-size:15px;&quot;&gt;TEAM / COLOUR LEGEND&lt;/b&gt;&lt;br&gt;&lt;font style=&quot;color:#9aa4b2;font-size:10px;&quot;&gt;Box fill = team  ·  Box border = hiring wave&lt;/font&gt;" vertex="1">
          <mxGeometry height="40" width="520" x="100" y="724" as="geometry" />
        </mxCell>
        <mxCell id="leg1" parent="1" style="rounded=1;whiteSpace=wrap;html=1;fillColor=#0076a8;strokeColor=none;" value="" vertex="1">
          <mxGeometry height="18" width="28" x="100" y="780" as="geometry" />
        </mxCell>
        <mxCell id="leg1_text" parent="1" style="text;html=1;align=left;verticalAlign=middle;resizable=0;points=[];strokeColor=none;fillColor=none;fontSize=11;fontColor=#ffffff;" value="BU Head / Leadership" vertex="1">
          <mxGeometry height="26" width="200" x="138" y="776" as="geometry" />
        </mxCell>
        <mxCell id="leg2" parent="1" style="rounded=1;whiteSpace=wrap;html=1;fillColor=#2d3436;strokeColor=#5a6470;" value="" vertex="1">
          <mxGeometry height="18" width="28" x="100" y="816" as="geometry" />
        </mxCell>
        <mxCell id="leg2_text" parent="1" style="text;html=1;align=left;verticalAlign=middle;resizable=0;points=[];strokeColor=none;fillColor=none;fontSize=11;fontColor=#ffffff;" value="Cybersecurity Principal" vertex="1">
          <mxGeometry height="26" width="200" x="138" y="812" as="geometry" />
        </mxCell>
        <mxCell id="leg3" parent="1" style="rounded=1;whiteSpace=wrap;html=1;fillColor=#6c5ce7;strokeColor=none;" value="" vertex="1">
          <mxGeometry height="18" width="28" x="100" y="852" as="geometry" />
        </mxCell>
        <mxCell id="leg3_text" parent="1" style="text;html=1;align=left;verticalAlign=middle;resizable=0;points=[];strokeColor=none;fillColor=none;fontSize=11;fontColor=#ffffff;" value="Blockchain Principal / CTI" vertex="1">
          <mxGeometry height="26" width="200" x="138" y="848" as="geometry" />
        </mxCell>
        <mxCell id="leg4" parent="1" style="rounded=1;whiteSpace=wrap;html=1;fillColor=#0984e3;strokeColor=none;" value="" vertex="1">
          <mxGeometry height="18" width="28" x="100" y="888" as="geometry" />
        </mxCell>
-         <mxCell id="leg4_text" parent="1" style="text;html=1;align=left;verticalAlign=middle;resizable=0;points=[];strokeColor=none;fillColor=none;fontSize=11;fontColor=#ffffff;" value="VORON / Consulting" vertex="1">
+         <mxCell id="leg4_text" parent="1" style="text;html=1;align=left;verticalAlign=middle;resizable=0;points=[];strokeColor=none;fillColor=none;fontSize=11;fontColor=#ffffff;" value="VORON / GRC" vertex="1">
          <mxGeometry height="26" width="200" x="138" y="884" as="geometry" />
        </mxCell>
        <mxCell id="leg5" parent="1" style="rounded=1;whiteSpace=wrap;html=1;fillColor=#d63031;strokeColor=none;" value="" vertex="1">
          <mxGeometry height="18" width="28" x="370" y="780" as="geometry" />
        </mxCell>
        <mxCell id="leg5_text" parent="1" style="text;html=1;align=left;verticalAlign=middle;resizable=0;points=[];strokeColor=none;fillColor=none;fontSize=11;fontColor=#ffffff;" value="OffSec / DevSecOps" vertex="1">
          <mxGeometry height="26" width="220" x="408" y="776" as="geometry" />
        </mxCell>
        <mxCell id="leg6" parent="1" style="rounded=1;whiteSpace=wrap;html=1;fillColor=#00b894;strokeColor=none;" value="" vertex="1">
          <mxGeometry height="18" width="28" x="370" y="816" as="geometry" />
        </mxCell>
        <mxCell id="leg6_text" parent="1" style="text;html=1;align=left;verticalAlign=middle;resizable=0;points=[];strokeColor=none;fillColor=none;fontSize=11;fontColor=#ffffff;" value="Project Management" vertex="1">
          <mxGeometry height="26" width="220" x="408" y="812" as="geometry" />
        </mxCell>
        <mxCell id="leg7" parent="1" style="rounded=1;whiteSpace=wrap;html=1;fillColor=#fd79a8;strokeColor=none;" value="" vertex="1">
          <mxGeometry height="18" width="28" x="370" y="852" as="geometry" />
        </mxCell>
        <mxCell id="leg7_text" parent="1" style="text;html=1;align=left;verticalAlign=middle;resizable=0;points=[];strokeColor=none;fillColor=none;fontSize=11;fontColor=#ffffff;" value="Sales / Pre-Sales" vertex="1">
          <mxGeometry height="26" width="220" x="408" y="848" as="geometry" />
        </mxCell>
        <mxCell id="leg8" parent="1" style="rounded=1;whiteSpace=wrap;html=1;fillColor=#fdcb6e;strokeColor=none;" value="" vertex="1">
          <mxGeometry height="18" width="28" x="370" y="888" as="geometry" />
        </mxCell>
        <mxCell id="leg8_text" parent="1" style="text;html=1;align=left;verticalAlign=middle;resizable=0;points=[];strokeColor=none;fillColor=none;fontSize=11;fontColor=#ffffff;" value="Professional Services" vertex="1">
          <mxGeometry height="26" width="220" x="408" y="884" as="geometry" />
        </mxCell>
-         <mxCell id="matrix_note" parent="1" style="text;html=1;align=left;verticalAlign=middle;resizable=0;points=[];strokeColor=none;fillColor=none;fontSize=10;fontStyle=2;" value="&lt;font color=&quot;#9aa4b2&quot;&gt;┄┄┄  dashed connector = matrix / shared-services reporting to BU Head&lt;/font&gt;" vertex="1">
+         <mxCell id="matrix_note" parent="1" style="text;html=1;align=left;verticalAlign=middle;resizable=0;points=[];strokeColor=none;fillColor=none;fontSize=10;fontStyle=2;" value="&lt;font color=&quot;#9aa4b2&quot;&gt;┄┄┄  dashed connector = matrix / shared-services reporting to BU Head&lt;/font&gt;" vertex="1">
          <mxGeometry height="22" width="520" x="100" y="958" as="geometry" />
        </mxCell>
        <mxCell id="wave_box" parent="1" style="rounded=1;whiteSpace=wrap;html=1;fillColor=#1a1a2e;strokeColor=#1a1a2e;arcSize=6;shadow=1;" value="" vertex="1">
          <mxGeometry height="200" width="560" x="680" y="710" as="geometry" />
        </mxCell>
        <mxCell id="wave_title" parent="1" style="text;html=1;align=left;verticalAlign=top;resizable=0;points=[];strokeColor=none;fillColor=none;fontSize=14;fontStyle=1;fontColor=#ffffff;" value="&lt;b style=&quot;color:#ffffff;font-size:15px;&quot;&gt;HIRING WAVES&lt;/b&gt;&lt;br&gt;&lt;font style=&quot;color:#9aa4b2;font-size:10px;&quot;&gt;shown as box border colour&lt;/font&gt;" vertex="1">
          <mxGeometry height="40" width="520" x="700" y="724" as="geometry" />
        </mxCell>
        <mxCell id="wave_leg1" parent="1" style="rounded=1;whiteSpace=wrap;html=1;fillColor=#ffffff;strokeColor=#00b894;strokeWidth=4;" value="" vertex="1">
          <mxGeometry height="22" width="30" x="700" y="784" as="geometry" />
        </mxCell>
-         <mxCell id="wave_leg1_text" parent="1" style="text;html=1;align=left;verticalAlign=middle;resizable=0;points=[];strokeColor=none;fillColor=none;fontSize=11;fontColor=#ffffff;" value="&lt;b&gt;Wave 1&lt;/b&gt; — Immediate · 5 roles · RM423K–677K/yr" vertex="1">
+         <mxCell id="wave_leg1_text" parent="1" style="text;html=1;align=left;verticalAlign=middle;resizable=0;points=[];strokeColor=none;fillColor=none;fontSize=11;fontColor=#ffffff;" value="&lt;b&gt;Wave 1&lt;/b&gt; — Immediate · 7 roles · RM520K–832K/yr" vertex="1">
          <mxGeometry height="28" width="480" x="744" y="780" as="geometry" />
        </mxCell>
        <mxCell id="wave_leg2" parent="1" style="rounded=1;whiteSpace=wrap;html=1;fillColor=#ffffff;strokeColor=#0984e3;strokeWidth=4;" value="" vertex="1">
          <mxGeometry height="22" width="30" x="700" y="824" as="geometry" />
        </mxCell>
-         <mxCell id="wave_leg2_text" parent="1" style="text;html=1;align=left;verticalAlign=middle;resizable=0;points=[];strokeColor=none;fillColor=none;fontSize=11;fontColor=#ffffff;" value="&lt;b&gt;Wave 2&lt;/b&gt; — RM4M+ SOWs · 7 roles · RM593K–948K/yr" vertex="1">
+         <mxCell id="wave_leg2_text" parent="1" style="text;html=1;align=left;verticalAlign=middle;resizable=0;points=[];strokeColor=none;fillColor=none;fontSize=11;fontColor=#ffffff;" value="&lt;b&gt;Wave 2&lt;/b&gt; — RM4M+ SOWs · 5 roles · RM423K–677K/yr" vertex="1">
          <mxGeometry height="28" width="480" x="744" y="820" as="geometry" />
        </mxCell>
        <mxCell id="wave_leg3" parent="1" style="rounded=1;whiteSpace=wrap;html=1;fillColor=#ffffff;strokeColor=#d63031;strokeWidth=4;" value="" vertex="1">
          <mxGeometry height="22" width="30" x="700" y="864" as="geometry" />
        </mxCell>
-         <mxCell id="wave_leg3_text" parent="1" style="text;html=1;align=left;verticalAlign=middle;resizable=0;points=[];strokeColor=none;fillColor=none;fontSize=11;fontColor=#ffffff;" value="&lt;b&gt;Wave 3&lt;/b&gt; — RM8M+ Recurring · 9 roles · RM544K–871K/yr" vertex="1">
+         <mxCell id="wave_leg3_text" parent="1" style="text;html=1;align=left;verticalAlign=middle;resizable=0;points=[];strokeColor=none;fillColor=none;fontSize=11;fontColor=#ffffff;" value="&lt;b&gt;Wave 3&lt;/b&gt; — RM8M+ Recurring · 8 roles · RM508K–813K/yr" vertex="1">
          <mxGeometry height="28" width="480" x="744" y="860" as="geometry" />
        </mxCell>
        <mxCell id="fin_box" parent="1" style="rounded=1;whiteSpace=wrap;html=1;fillColor=#0076a8;strokeColor=#00557a;arcSize=6;shadow=1;" value="" vertex="1">
          <mxGeometry height="72" width="2130" x="80" y="1040" as="geometry" />
        </mxCell>
-         <mxCell id="fin_text" parent="1" style="text;html=1;align=center;verticalAlign=middle;resizable=0;points=[];strokeColor=none;fillColor=none;fontSize=12;" value="&lt;font color=&quot;#ffffff&quot; style=&quot;font-size:13px;&quot;&gt;&lt;b&gt;FINANCIAL SUMMARY&lt;/b&gt;   │   Revenue Target: &lt;b&gt;RM12M&lt;/b&gt;   │   Total Cost: &lt;b&gt;RM1.56M–2.50M&lt;/b&gt; (13.0%–20.8%)   │   Within 25% Cap   │   Headroom: &lt;b&gt;RM503K–1.44M&lt;/b&gt;&lt;/font&gt;" vertex="1">
+         <mxCell id="fin_text" parent="1" style="text;html=1;align=center;verticalAlign=middle;resizable=0;points=[];strokeColor=none;fillColor=none;fontSize=12;" value="&lt;font color=&quot;#ffffff&quot; style=&quot;font-size:13px;&quot;&gt;&lt;b&gt;FINANCIAL SUMMARY&lt;/b&gt;   │   Revenue Target: &lt;b&gt;RM12M&lt;/b&gt;   │   Total Cost: &lt;b&gt;RM1.45M–2.32M&lt;/b&gt; (12.1%–19.4%)   │   Within 25% Cap   │   Headroom: &lt;b&gt;RM678K–1.55M&lt;/b&gt;   │   36-mo runway: &lt;b&gt;RM3.56M–5.69M&lt;/b&gt;&lt;/font&gt;" vertex="1">
          <mxGeometry height="48" width="2090" x="100" y="1052" as="geometry" />
        </mxCell>
        <mxCell id="Z_cIRzkNHb6JCueCwrIl-14" edge="1" parent="1" source="bu_head" style="edgeStyle=orthogonalEdgeStyle;rounded=0;orthogonalLoop=1;jettySize=auto;html=1;entryX=0.553;entryY=0;entryDx=0;entryDy=0;entryPerimeter=0;" target="sales_box">
          <mxGeometry relative="1" as="geometry" />
        </mxCell>
      </root>
    </mxGraphModel>
  </diagram>
</mxfile>
